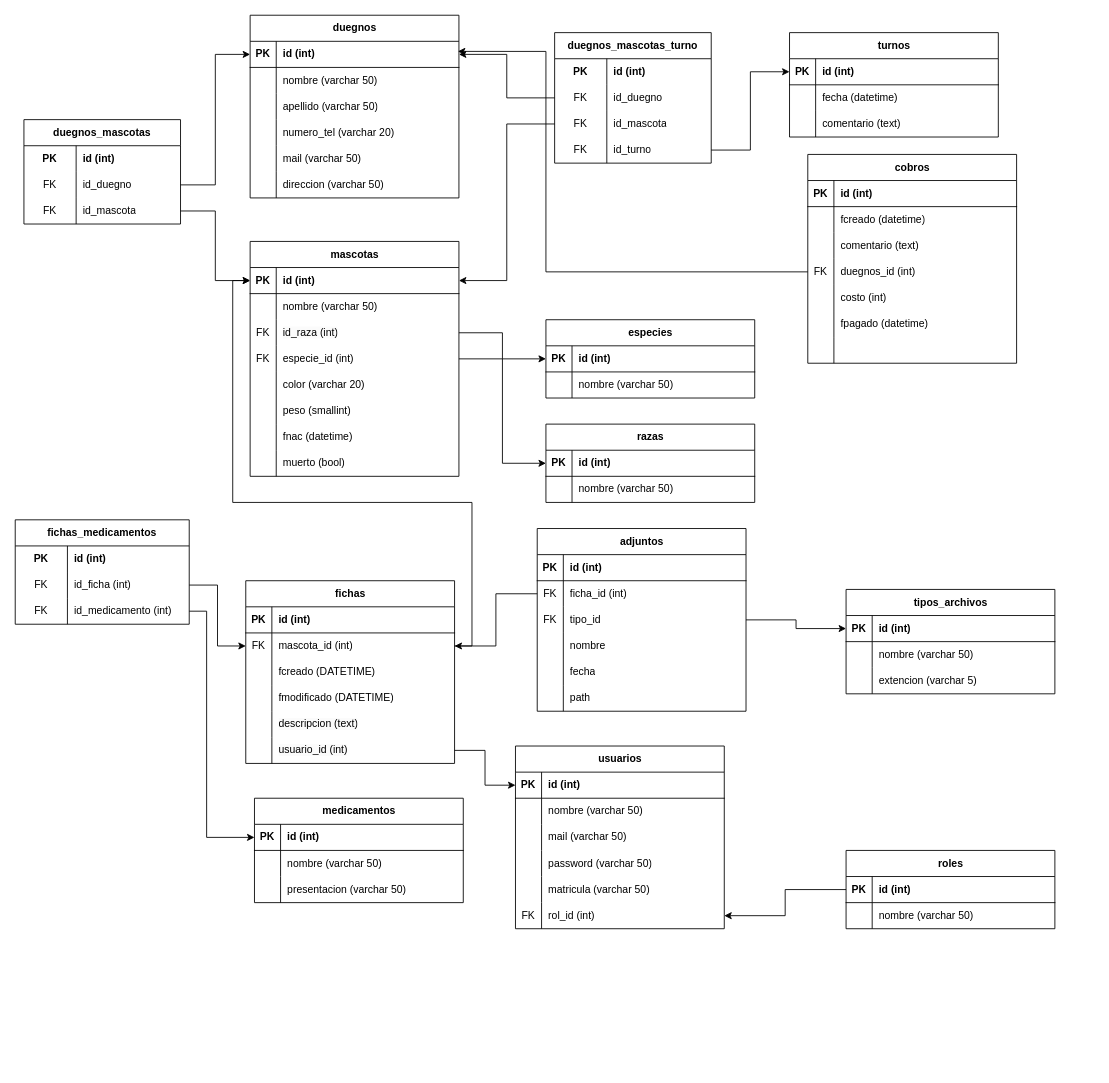
The draw.io diagram versiones/V0.1/DER_vete.drawio in Saleck3/vete_san_francisco, before the edit. Source tidied: cells renumbered, new cells numbered last; positions are measured from the earlier drawing's top-left corner, leaving out a move shared by most shapes. Both pictures are drawn from the tidied source at 87%, with x=0, y=0 at pixel (15, 15).
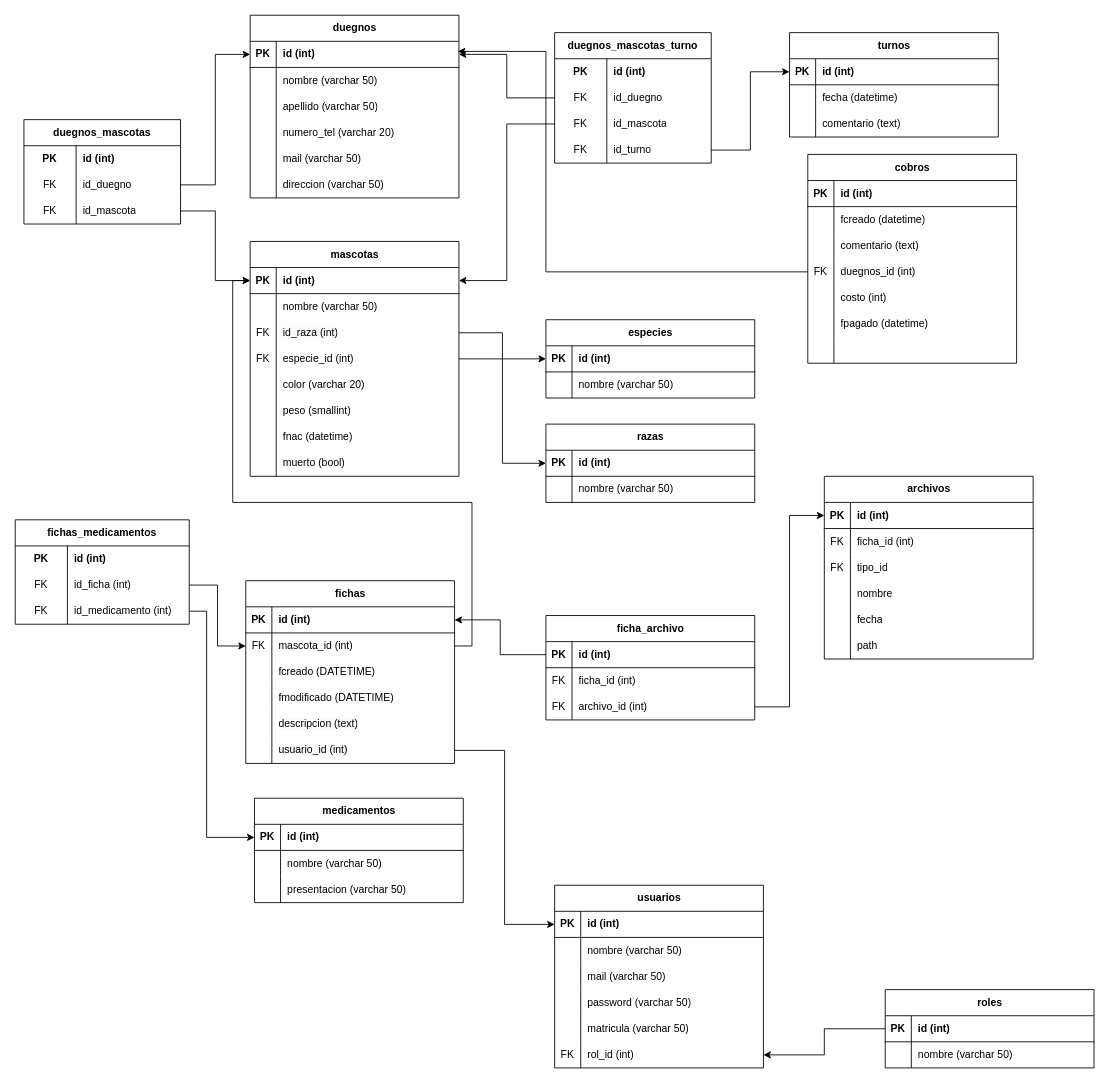
Above is the later version.

Unchanged cells that the change refers to:
```xml
<mxCell id="47" style="shape=tableRow;horizontal=0;startSize=0;swimlaneHead=0;swimlaneBody=0;fillColor=none;points=[[0,0.5],[1,0.5]];portConstraint=eastwest;top=0;left=0;right=0;bottom=1;fontStyle=0;" parent="46" vertex="1">
  <mxGeometry y="30" width="240" height="30" as="geometry" />
</mxCell>
<mxCell id="50" style="shape=tableRow;horizontal=0;startSize=0;swimlaneHead=0;swimlaneBody=0;fillColor=none;points=[[0,0.5],[1,0.5]];portConstraint=eastwest;top=0;left=0;right=0;bottom=0;" parent="46" vertex="1">
  <mxGeometry y="60" width="240" height="30" as="geometry" />
</mxCell>
<mxCell id="116" style="shape=tableRow;horizontal=0;startSize=0;swimlaneHead=0;swimlaneBody=0;fillColor=none;points=[[0,0.5],[1,0.5]];portConstraint=eastwest;top=0;left=0;right=0;bottom=1;fontStyle=0;" parent="115" vertex="1">
  <mxGeometry y="30" width="240" height="30" as="geometry" />
</mxCell>
<mxCell id="119" style="shape=tableRow;horizontal=0;startSize=0;swimlaneHead=0;swimlaneBody=0;fillColor=none;top=0;left=0;right=0;bottom=0;" parent="115" vertex="1">
  <mxGeometry y="60" width="240" height="30" as="geometry" />
</mxCell>
<mxCell id="122" style="shape=tableRow;horizontal=0;startSize=0;swimlaneHead=0;swimlaneBody=0;fillColor=none;points=[[0,0.5],[1,0.5]];portConstraint=eastwest;top=0;left=0;right=0;bottom=0;" parent="115" vertex="1">
  <mxGeometry y="90" width="240" height="30" as="geometry" />
</mxCell>
<mxCell id="145" style="shape=tableRow;horizontal=0;startSize=0;swimlaneHead=0;swimlaneBody=0;fillColor=none;points=[[0,0.5],[1,0.5]];portConstraint=eastwest;top=0;left=0;right=0;bottom=1;fontStyle=0;" parent="144" vertex="1">
  <mxGeometry y="30" width="240" height="30" as="geometry" />
</mxCell>
<mxCell id="148" style="shape=tableRow;horizontal=0;startSize=0;swimlaneHead=0;swimlaneBody=0;fillColor=none;points=[[0,0.5],[1,0.5]];portConstraint=eastwest;top=0;left=0;right=0;bottom=0;" parent="144" vertex="1">
  <mxGeometry y="60" width="240" height="30" as="geometry" />
</mxCell>
<mxCell id="151" style="shape=tableRow;horizontal=0;startSize=0;swimlaneHead=0;swimlaneBody=0;fillColor=none;points=[[0,0.5],[1,0.5]];portConstraint=eastwest;top=0;left=0;right=0;bottom=0;" parent="144" vertex="1">
  <mxGeometry y="90" width="240" height="30" as="geometry" />
</mxCell>
```

Change to the diagram source:
```diff
@@
     <mxCell id="108" value="roles" style="shape=table;startSize=30;childLayout=tableLayout;rowLines=0;fontStyle=1;align=center;html=1;" parent="1" vertex="1">
-      <mxGeometry x="955" y="960" width="240" height="90" as="geometry" />
+      <mxGeometry x="1000" y="1120" width="240" height="90" as="geometry" />
     </mxCell>
@@
-    <mxCell id="115" value="tipos_archivos" style="shape=table;startSize=30;childLayout=tableLayout;rowLines=0;fontStyle=1;align=center;html=1;" parent="1" vertex="1">
-      <mxGeometry x="955" y="660" width="240" height="120" as="geometry" />
+    <mxCell id="115" value="ficha_archivo" style="shape=table;startSize=30;childLayout=tableLayout;rowLines=0;fontStyle=1;align=center;html=1;" parent="1" vertex="1">
+      <mxGeometry x="610" y="690" width="240" height="120" as="geometry" />
     </mxCell>
@@
-    <mxCell id="120" style="shape=partialRectangle;fillColor=none;top=0;left=0;bottom=0;right=0;overflow=hidden;whiteSpace=wrap;html=1;" parent="119" vertex="1">
+    <mxCell id="120" value="FK" style="shape=partialRectangle;fillColor=none;top=0;left=0;bottom=0;right=0;overflow=hidden;whiteSpace=wrap;html=1;" parent="119" vertex="1">
       <mxGeometry width="30" height="30" as="geometry" />
     </mxCell>
-    <mxCell id="121" value="nombre (varchar 50)" style="shape=partialRectangle;fillColor=none;top=0;left=0;bottom=0;right=0;align=left;spacingLeft=6;overflow=hidden;whiteSpace=wrap;html=1;" parent="119" vertex="1">
+    <mxCell id="121" value="ficha_id (int)" style="shape=partialRectangle;fillColor=none;top=0;left=0;bottom=0;right=0;align=left;spacingLeft=6;overflow=hidden;whiteSpace=wrap;html=1;" parent="119" vertex="1">
       <mxGeometry x="30" width="210" height="30" as="geometry" />
     </mxCell>
@@
-    <mxCell id="123" style="shape=partialRectangle;fillColor=none;top=0;left=0;bottom=0;right=0;overflow=hidden;whiteSpace=wrap;html=1;" parent="122" vertex="1">
+    <mxCell id="123" value="FK" style="shape=partialRectangle;fillColor=none;top=0;left=0;bottom=0;right=0;overflow=hidden;whiteSpace=wrap;html=1;" parent="122" vertex="1">
       <mxGeometry width="30" height="30" as="geometry" />
     </mxCell>
-    <mxCell id="124" value="extencion (varchar 5)" style="shape=partialRectangle;fillColor=none;top=0;left=0;bottom=0;right=0;align=left;spacingLeft=6;overflow=hidden;whiteSpace=wrap;html=1;" parent="122" vertex="1">
+    <mxCell id="124" value="archivo_id (int)" style="shape=partialRectangle;fillColor=none;top=0;left=0;bottom=0;right=0;align=left;spacingLeft=6;overflow=hidden;whiteSpace=wrap;html=1;" parent="122" vertex="1">
       <mxGeometry x="30" width="210" height="30" as="geometry" />
     </mxCell>
     <mxCell id="125" value="usuarios" style="shape=table;startSize=30;childLayout=tableLayout;rowLines=0;fontStyle=1;align=center;html=1;" parent="1" vertex="1">
-      <mxGeometry x="575" y="840" width="240" height="210" as="geometry" />
+      <mxGeometry x="620" y="1000" width="240" height="210" as="geometry" />
     </mxCell>
@@
-    <mxCell id="144" value="adjuntos" style="shape=table;startSize=30;childLayout=tableLayout;rowLines=0;fontStyle=1;align=center;html=1;" parent="1" vertex="1">
-      <mxGeometry x="600" y="590" width="240" height="210" as="geometry" />
+    <mxCell id="144" value="archivos" style="shape=table;startSize=30;childLayout=tableLayout;rowLines=0;fontStyle=1;align=center;html=1;" parent="1" vertex="1">
+      <mxGeometry x="930" y="530" width="240" height="210" as="geometry" />
     </mxCell>
@@
-    <mxCell id="222" style="edgeStyle=orthogonalEdgeStyle;rounded=0;jettySize=auto;html=1;entryX=1;entryY=0.5;entryDx=0;entryDy=0;" parent="1" edge="1" source="148" target="50">
-      <mxGeometry relative="1" as="geometry" />
-    </mxCell>
-    <mxCell id="223" style="edgeStyle=orthogonalEdgeStyle;rounded=0;jettySize=auto;html=1;" parent="1" edge="1" source="151" target="116">
-      <mxGeometry relative="1" as="geometry" />
-    </mxCell>
+    <mxCell id="224" style="edgeStyle=orthogonalEdgeStyle;rounded=0;jettySize=auto;html=1;exitX=0;exitY=0.5;exitDx=0;exitDy=0;entryX=1;entryY=0.5;entryDx=0;entryDy=0;" parent="1" edge="1" source="116" target="47">
+      <mxGeometry relative="1" as="geometry" />
+    </mxCell>
+    <mxCell id="225" style="edgeStyle=orthogonalEdgeStyle;rounded=0;jettySize=auto;html=1;" parent="1" edge="1" source="122" target="145">
+      <mxGeometry relative="1" as="geometry" />
+    </mxCell>
```
